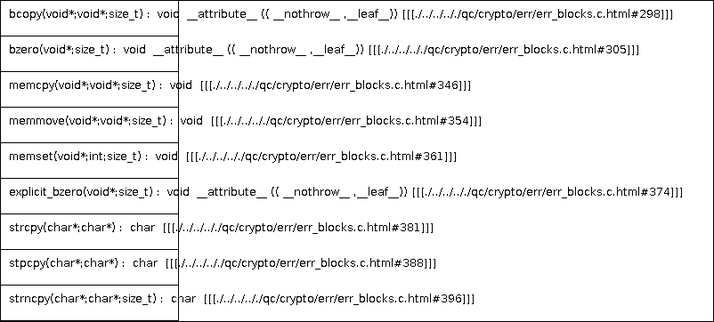
This is docs/qc/crypto/err/err_blocks.c.png from qualitesys/openssl, a PlantUML export, as it was before one commit. Its source is kept beside it as docs/qc/crypto/err/err_blocks.c.puml.
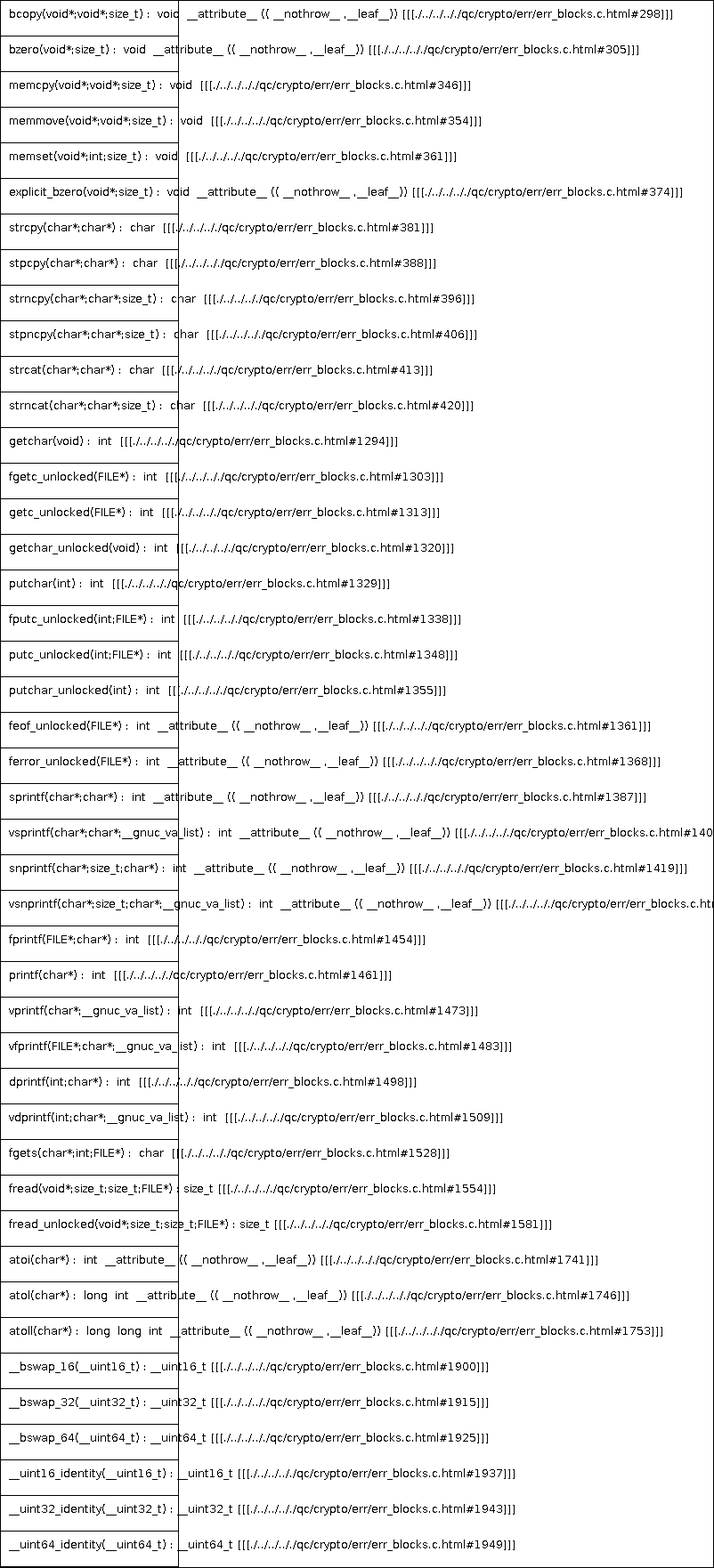
Later version of the same file.

The edit, as a diff of the source:
```diff
@@ -10,5 +10,40 @@
 strcpy(char*;char*) :  char  [[[./../../.././qc/crypto/err/err_blocks.c.html#381]]]
 stpcpy(char*;char*) :  char  [[[./../../.././qc/crypto/err/err_blocks.c.html#388]]]
 strncpy(char*;char*;size_t) :  char  [[[./../../.././qc/crypto/err/err_blocks.c.html#396]]]
+stpncpy(char*;char*;size_t) :  char  [[[./../../.././qc/crypto/err/err_blocks.c.html#406]]]
+strcat(char*;char*) :  char  [[[./../../.././qc/crypto/err/err_blocks.c.html#413]]]
+strncat(char*;char*;size_t) :  char  [[[./../../.././qc/crypto/err/err_blocks.c.html#420]]]
+getchar(void) :  int  [[[./../../.././qc/crypto/err/err_blocks.c.html#1294]]]
+fgetc_unlocked(FILE*) :  int  [[[./../../.././qc/crypto/err/err_blocks.c.html#1303]]]
+getc_unlocked(FILE*) :  int  [[[./../../.././qc/crypto/err/err_blocks.c.html#1313]]]
+getchar_unlocked(void) :  int  [[[./../../.././qc/crypto/err/err_blocks.c.html#1320]]]
+putchar(int) :  int  [[[./../../.././qc/crypto/err/err_blocks.c.html#1329]]]
+fputc_unlocked(int;FILE*) :  int  [[[./../../.././qc/crypto/err/err_blocks.c.html#1338]]]
+putc_unlocked(int;FILE*) :  int  [[[./../../.././qc/crypto/err/err_blocks.c.html#1348]]]
+putchar_unlocked(int) :  int  [[[./../../.././qc/crypto/err/err_blocks.c.html#1355]]]
+feof_unlocked(FILE*) :  int  __attribute__ (( __nothrow__ ,__leaf__)) [[[./../../.././qc/crypto/err/err_blocks.c.html#1361]]]
+ferror_unlocked(FILE*) :  int  __attribute__ (( __nothrow__ ,__leaf__)) [[[./../../.././qc/crypto/err/err_blocks.c.html#1368]]]
+sprintf(char*;char*) :  int  __attribute__ (( __nothrow__ ,__leaf__)) [[[./../../.././qc/crypto/err/err_blocks.c.html#1387]]]
+vsprintf(char*;char*;__gnuc_va_list) :  int  __attribute__ (( __nothrow__ ,__leaf__)) [[[./../../.././qc/crypto/err/err_blocks.c.html#1400]]]
+snprintf(char*;size_t;char*) :  int  __attribute__ (( __nothrow__ ,__leaf__)) [[[./../../.././qc/crypto/err/err_blocks.c.html#1419]]]
+vsnprintf(char*;size_t;char*;__gnuc_va_list) :  int  __attribute__ (( __nothrow__ ,__leaf__)) [[[./../../.././qc/crypto/err/err_blocks.c.html#1433]]]
+fprintf(FILE*;char*) :  int  [[[./../../.././qc/crypto/err/err_blocks.c.html#1454]]]
+printf(char*) :  int  [[[./../../.././qc/crypto/err/err_blocks.c.html#1461]]]
+vprintf(char*;__gnuc_va_list) :  int  [[[./../../.././qc/crypto/err/err_blocks.c.html#1473]]]
+vfprintf(FILE*;char*;__gnuc_va_list) :  int  [[[./../../.././qc/crypto/err/err_blocks.c.html#1483]]]
+dprintf(int;char*) :  int  [[[./../../.././qc/crypto/err/err_blocks.c.html#1498]]]
+vdprintf(int;char*;__gnuc_va_list) :  int  [[[./../../.././qc/crypto/err/err_blocks.c.html#1509]]]
+fgets(char*;int;FILE*) :  char  [[[./../../.././qc/crypto/err/err_blocks.c.html#1528]]]
+fread(void*;size_t;size_t;FILE*) : size_t [[[./../../.././qc/crypto/err/err_blocks.c.html#1554]]]
+fread_unlocked(void*;size_t;size_t;FILE*) : size_t [[[./../../.././qc/crypto/err/err_blocks.c.html#1581]]]
+atoi(char*) :  int  __attribute__ (( __nothrow__ ,__leaf__)) [[[./../../.././qc/crypto/err/err_blocks.c.html#1741]]]
+atol(char*) :  long  int  __attribute__ (( __nothrow__ ,__leaf__)) [[[./../../.././qc/crypto/err/err_blocks.c.html#1746]]]
+atoll(char*) :  long  long  int  __attribute__ (( __nothrow__ ,__leaf__)) [[[./../../.././qc/crypto/err/err_blocks.c.html#1753]]]
+__bswap_16(__uint16_t) : __uint16_t [[[./../../.././qc/crypto/err/err_blocks.c.html#1900]]]
+__bswap_32(__uint32_t) : __uint32_t [[[./../../.././qc/crypto/err/err_blocks.c.html#1915]]]
+__bswap_64(__uint64_t) : __uint64_t [[[./../../.././qc/crypto/err/err_blocks.c.html#1925]]]
+__uint16_identity(__uint16_t) : __uint16_t [[[./../../.././qc/crypto/err/err_blocks.c.html#1937]]]
+__uint32_identity(__uint32_t) : __uint32_t [[[./../../.././qc/crypto/err/err_blocks.c.html#1943]]]
+__uint64_identity(__uint64_t) : __uint64_t [[[./../../.././qc/crypto/err/err_blocks.c.html#1949]]]
 }
 @enduml
```
